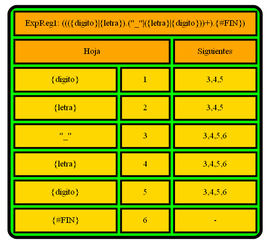
This is SIGUIENTES_202004765/TablaSig_ExpReg1.png from PikaGuty/OLC1_Proyecto1_202004765, a Graphviz export, as it was before one commit. Its source is kept beside it as SIGUIENTES_202004765/TablaSig_ExpReg1.dot.
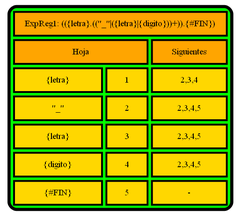
After the change.

What changed in the source:
```diff
@@ -2,33 +2,29 @@
   label=<
  <TABLE border="5" cellspacing="4" cellpadding="10" style="rounded" bgcolor="green" gradientangle="315">
 <TR>
-<TD border="3"  colspan="4" bgcolor="orange">ExpReg1: ((({digito}|{letra}).("_"|({letra}|{digito}))+).{#FIN})</TD>
+<TD border="3"  colspan="4" bgcolor="orange">ExpReg1: (({letra}.(("_"|({letra}|{digito}))+)).{#FIN})</TD>
 </TR><TR>
 <TD border="3"  colspan="2" bgcolor="orange">Hoja</TD>
 <TD border="3"  colspan="2" bgcolor="orange">Siguientes</TD>
 </TR><TR>
-<TD border="3"  bgcolor="gold">{digito}</TD>
+<TD border="3"  bgcolor="gold">{letra}</TD>
 <TD border="3"  bgcolor="gold">1</TD>
-<TD border="3"  colspan="2" bgcolor="gold">3,4,5</TD>
+<TD border="3"  colspan="2" bgcolor="gold">2,3,4</TD>
+</TR><TR>
+<TD border="3"  bgcolor="gold">"_"</TD>
+<TD border="3"  bgcolor="gold">2</TD>
+<TD border="3"  colspan="2" bgcolor="gold">2,3,4,5</TD>
 </TR><TR>
 <TD border="3"  bgcolor="gold">{letra}</TD>
-<TD border="3"  bgcolor="gold">2</TD>
-<TD border="3"  colspan="2" bgcolor="gold">3,4,5</TD>
-</TR><TR>
-<TD border="3"  bgcolor="gold">"_"</TD>
 <TD border="3"  bgcolor="gold">3</TD>
-<TD border="3"  colspan="2" bgcolor="gold">3,4,5,6</TD>
-</TR><TR>
-<TD border="3"  bgcolor="gold">{letra}</TD>
-<TD border="3"  bgcolor="gold">4</TD>
-<TD border="3"  colspan="2" bgcolor="gold">3,4,5,6</TD>
+<TD border="3"  colspan="2" bgcolor="gold">2,3,4,5</TD>
 </TR><TR>
 <TD border="3"  bgcolor="gold">{digito}</TD>
-<TD border="3"  bgcolor="gold">5</TD>
-<TD border="3"  colspan="2" bgcolor="gold">3,4,5,6</TD>
+<TD border="3"  bgcolor="gold">4</TD>
+<TD border="3"  colspan="2" bgcolor="gold">2,3,4,5</TD>
 </TR><TR>
 <TD border="3"  bgcolor="gold">{#FIN}</TD>
-<TD border="3"  bgcolor="gold">6</TD>
+<TD border="3"  bgcolor="gold">5</TD>
 <TD border="3"  colspan="2" bgcolor="gold">-</TD>
 </TR></TABLE>>
 
```
